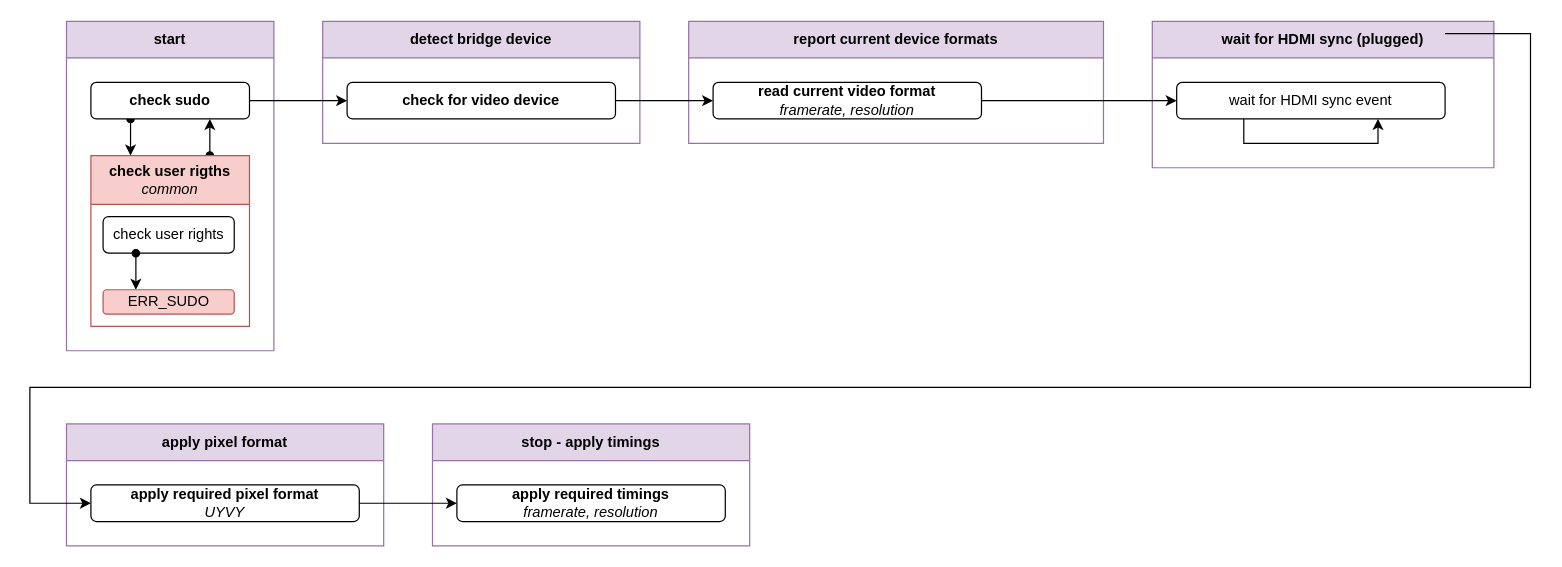
This is page "start-process" (4 of 4) of docs/utils/drawio/arch.drawio from repeact/embedded-sw, a draw.io file, before an edit. Source tidied: cells renumbered, new cells numbered last; positions are measured from the earlier drawing's top-left corner, leaving out a move shared by most shapes. Both pictures are drawn from the tidied source at 122%, with x=0, y=0 at pixel (29, 21).
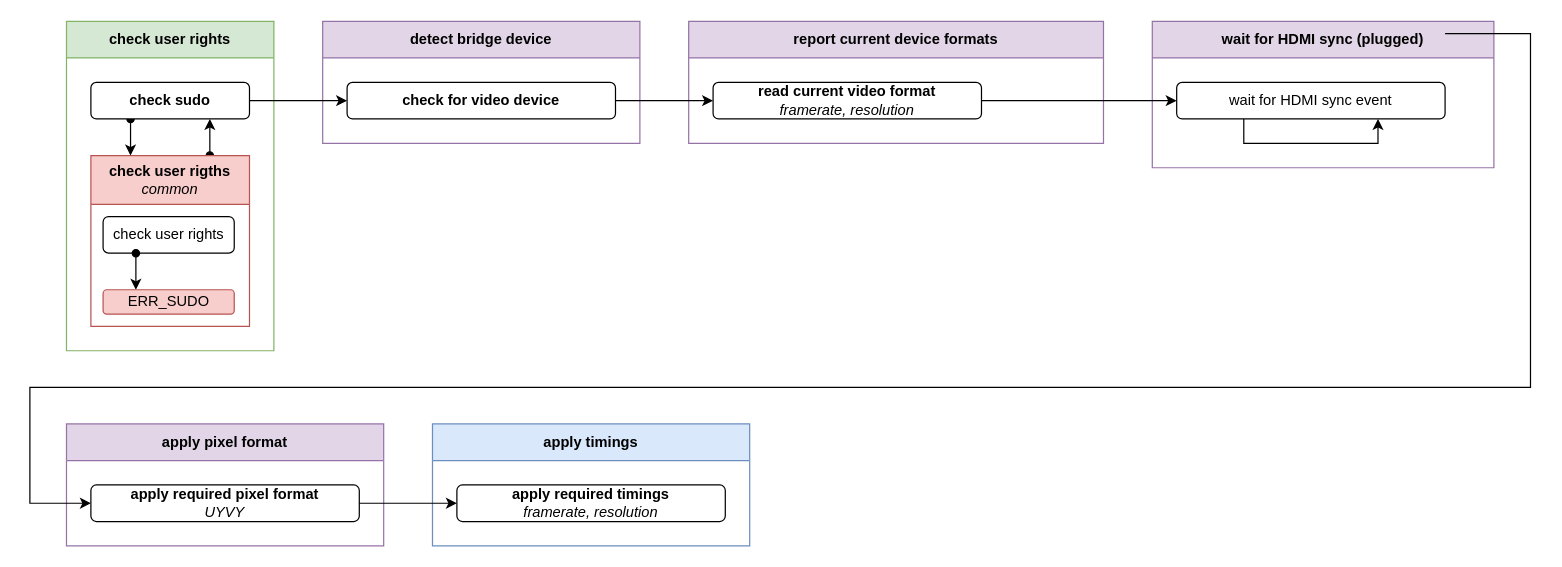
Above is the later version.

Diff of the diagram source:
```diff
@@
-    <mxCell id="2" value="start" style="swimlane;whiteSpace=wrap;html=1;startSize=30;fillColor=#e1d5e7;strokeColor=#9673a6;" parent="1" vertex="1">
+    <mxCell id="2" value="check user rights" style="swimlane;whiteSpace=wrap;html=1;startSize=30;fillColor=#d5e8d4;strokeColor=#82b366;" parent="1" vertex="1">
       <mxGeometry x="30" width="170" height="270" as="geometry" />
     </mxCell>
@@
-    <mxCell id="19" value="stop - apply timings" style="swimlane;whiteSpace=wrap;html=1;startSize=30;fillColor=#e1d5e7;strokeColor=#9673a6;" parent="1" vertex="1">
+    <mxCell id="19" value="apply timings" style="swimlane;whiteSpace=wrap;html=1;startSize=30;fillColor=#dae8fc;strokeColor=#6c8ebf;" parent="1" vertex="1">
       <mxGeometry x="330" y="330" width="260" height="100" as="geometry" />
     </mxCell>
```
